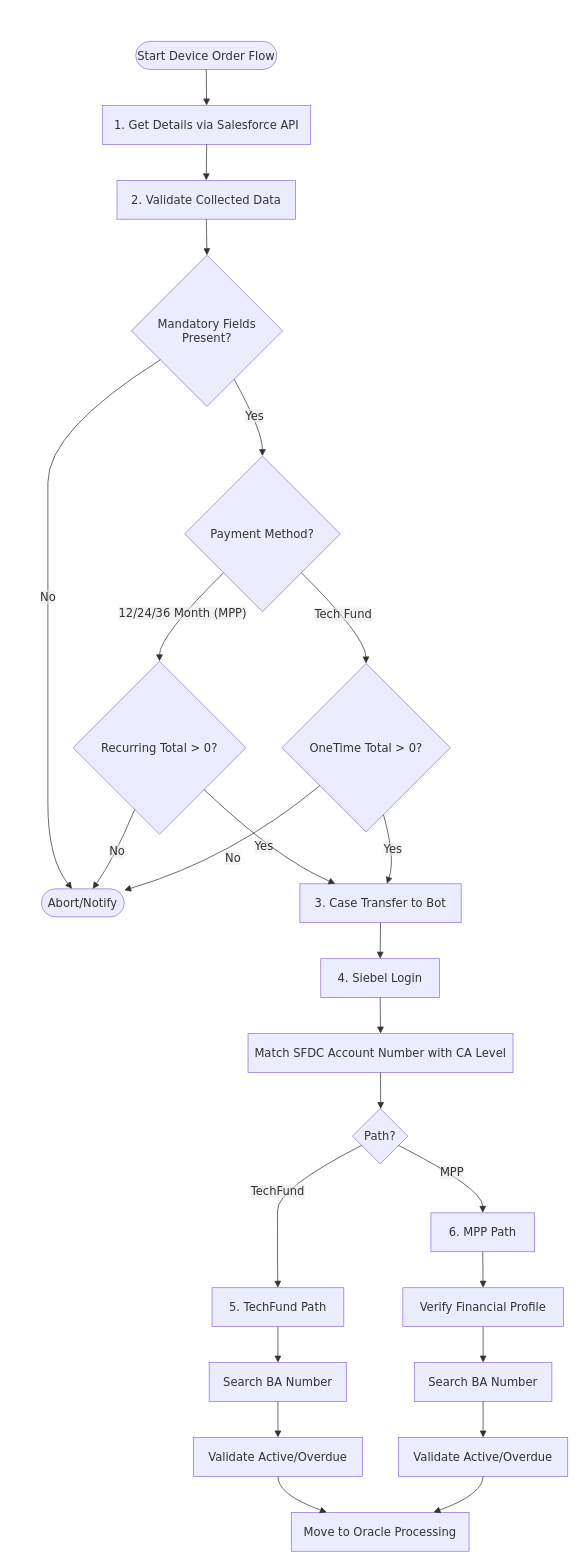
Before: page "Page-5" (5 of 5) of EGM_BulkSim.drawio in harshitsharmatpg/vault, a draw.io diagram. Source tidied: cells renumbered, new cells numbered last; positions are measured from the earlier drawing's top-left corner, leaving out a move shared by most shapes. Both pictures are drawn from the tidied source at 72%, with x=0, y=0 at pixel (12, 12).
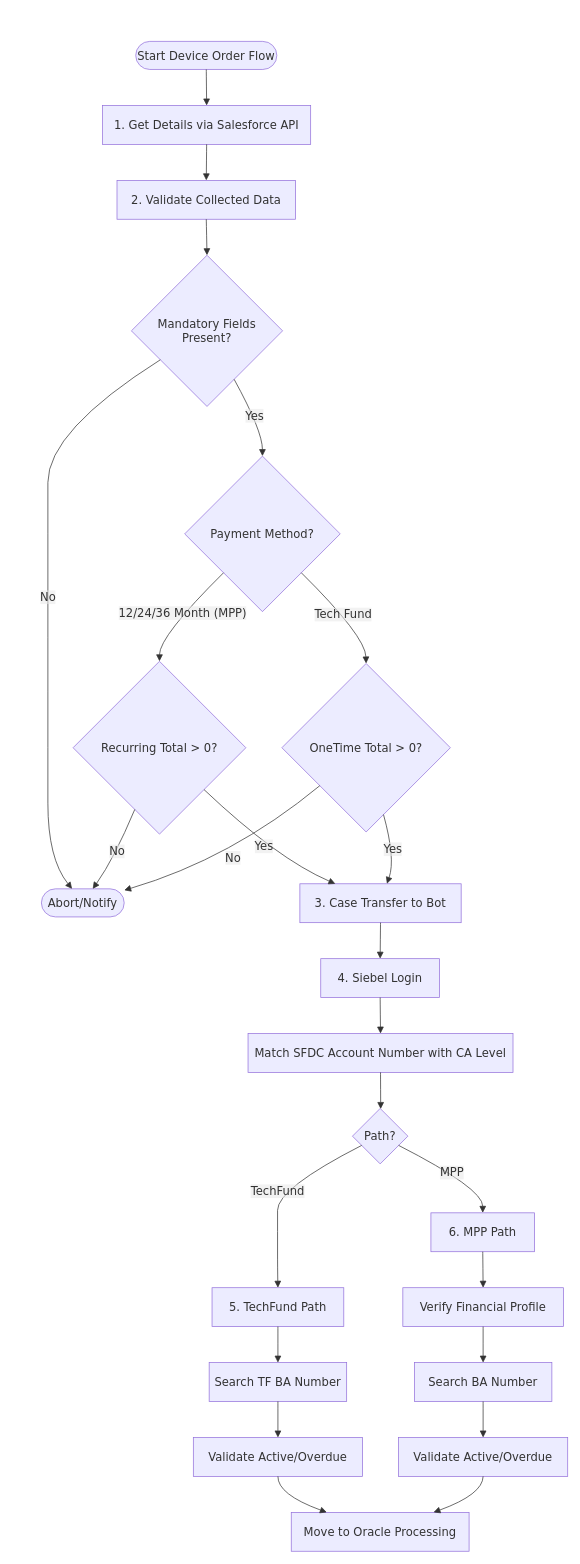
The same diagram, later.

Unchanged cells that the change refers to:
```xml
<mxCell id="2" style="group;transparentBounds=1;editIcon=1;lockedGroup=0;groupPadding=20;" parent="1" vertex="1">
  <mxGeometry as="geometry" />
</mxCell>
```

Change to the diagram source:
```diff
@@
-    <mxCell id="16" value="Search BA Number" style="html=1;whiteSpace=wrap;strokeWidth=1;fillColor=light-dark(#ECECFF,#1f2020);strokeColor=light-dark(#9370DB,#cccccc);fontColor=light-dark(#333333,#cccccc);fontFamily=Trebuchet MS,Verdana,Arial,sans-serif;fontSize=16;" parent="2" vertex="1">
+    <mxCell id="16" value="Search TF BA Number" style="html=1;whiteSpace=wrap;strokeWidth=1;fillColor=light-dark(#ECECFF,#1f2020);strokeColor=light-dark(#9370DB,#cccccc);fontColor=light-dark(#333333,#cccccc);fontFamily=Trebuchet MS,Verdana,Arial,sans-serif;fontSize=16;" parent="2" vertex="1">
       <mxGeometry x="273" y="1875" width="191" height="54" as="geometry" />
     </mxCell>
```
